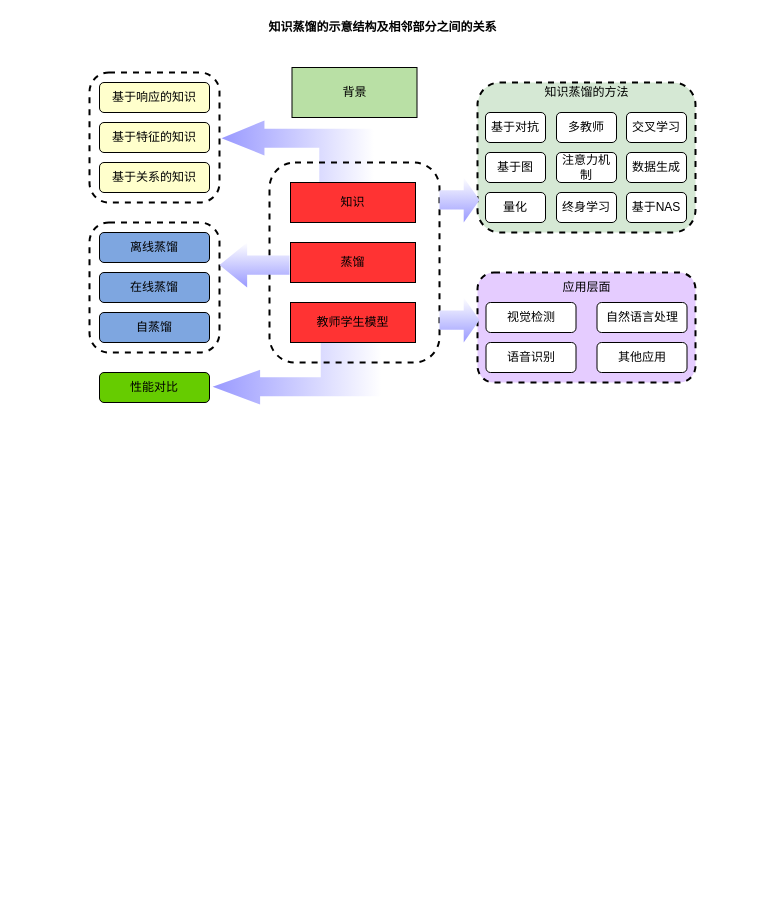
Earlier version of the draw.io diagram KD.drawio (Noeverer/Mindmap). Source tidied: cells renumbered, new cells numbered last; positions are measured from the earlier drawing's top-left corner, leaving out a move shared by most shapes. Both pictures are drawn from the tidied source at 100%, with x=0, y=0 at pixel (17, 17).
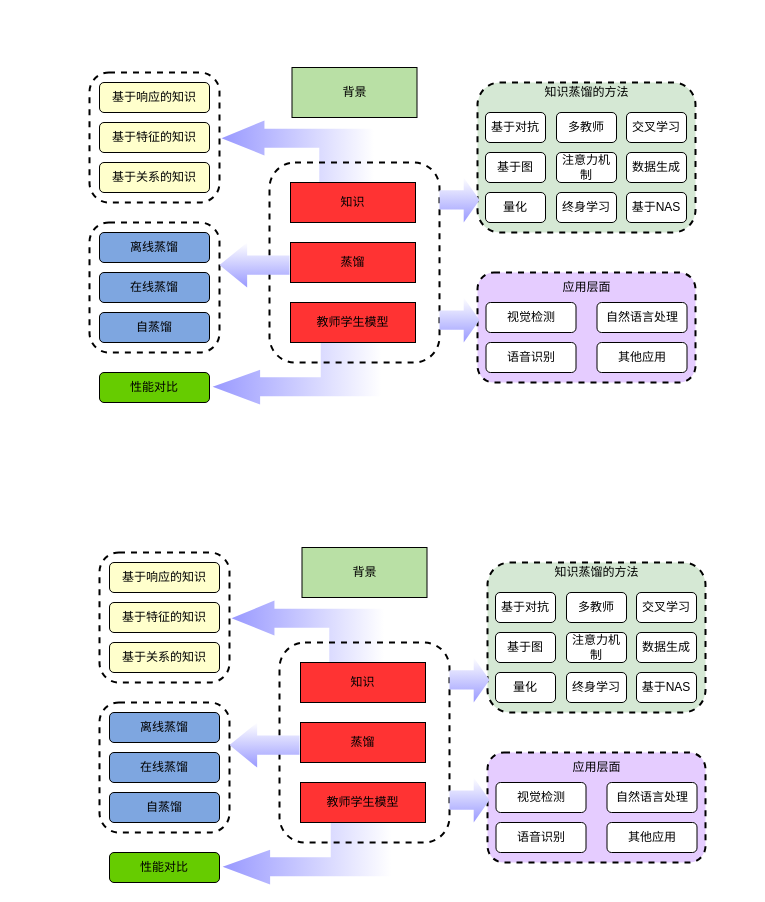
The same page after the edit.

Diff of the diagram source:
```diff
@@
-    <mxCell id="2" value="知识蒸馏的示意结构及相邻部分之间的关系" style="swimlane;html=1;startSize=20;horizontal=1;containerType=tree;glass=0;dashed=1;opacity=0;" parent="1" vertex="1">
+    <mxCell id="2" style="swimlane;html=1;startSize=20;horizontal=1;containerType=tree;glass=0;dashed=1;opacity=0;" parent="1" vertex="1">
       <mxGeometry width="730" height="400" as="geometry" />
     </mxCell>
@@
+    <mxCell id="39" style="shape=mxgraph.arrows.bent_up_arrow;html=1;verticalLabelPosition=bottom;verticalAlign=top;strokeWidth=2;fontFamily=Helvetica;rotation=90;gradientDirection=north;strokeColor=none;gradientColor=#9999FF;direction=west;flipH=1;" parent="1" vertex="1">
+      <mxGeometry x="258.7" y="751.9" width="61.6" height="168.8" as="geometry" />
+    </mxCell>
+    <mxCell id="40" style="shape=mxgraph.arrows.bent_up_arrow;html=1;verticalLabelPosition=bottom;verticalAlign=top;strokeWidth=2;fontFamily=Helvetica;rotation=-90;gradientDirection=north;strokeColor=none;gradientColor=#9999FF;" parent="1" vertex="1">
+      <mxGeometry x="259.5" y="537.5" width="61.6" height="152.6" as="geometry" />
+    </mxCell>
+    <mxCell id="41" style="rounded=1;whiteSpace=wrap;html=1;dashed=1;strokeWidth=2;fontFamily=Helvetica;fillColor=none;" parent="1" vertex="1">
+      <mxGeometry x="262" y="625" width="170" height="200" as="geometry" />
+    </mxCell>
+    <mxCell id="42" style="rounded=1;whiteSpace=wrap;html=1;dashed=1;strokeWidth=2;fontFamily=Helvetica;fillColor=#D5E8D4;" parent="1" vertex="1">
+      <mxGeometry x="470" y="545" width="218" height="150" as="geometry" />
+    </mxCell>
+    <mxCell id="43" style="rounded=1;whiteSpace=wrap;html=1;fontFamily=Helvetica;fillColor=#E5CCFF;dashed=1;strokeWidth=2;" parent="1" vertex="1">
+      <mxGeometry x="470" y="735" width="218" height="110" as="geometry" />
+    </mxCell>
+    <mxCell id="44" value="基于响应的知识" style="rounded=1;whiteSpace=wrap;html=1;fillColor=#FFFFCC;" parent="1" vertex="1">
+      <mxGeometry x="92" y="545" width="110" height="30" as="geometry" />
+    </mxCell>
+    <mxCell id="45" value="基于特征的知识" style="rounded=1;whiteSpace=wrap;html=1;fillColor=#FFFFCC;" parent="1" vertex="1">
+      <mxGeometry x="92" y="585" width="110" height="30" as="geometry" />
+    </mxCell>
+    <mxCell id="46" value="基于关系的知识" style="rounded=1;whiteSpace=wrap;html=1;fillColor=#FFFFCC;" parent="1" vertex="1">
+      <mxGeometry x="92" y="625" width="110" height="30" as="geometry" />
+    </mxCell>
+    <mxCell id="47" value="离线蒸馏" style="rounded=1;whiteSpace=wrap;html=1;fillColor=#7EA6E0;" parent="1" vertex="1">
+      <mxGeometry x="92" y="695" width="110" height="30" as="geometry" />
+    </mxCell>
+    <mxCell id="48" value="在线蒸馏" style="rounded=1;whiteSpace=wrap;html=1;fillColor=#7EA6E0;" parent="1" vertex="1">
+      <mxGeometry x="92" y="735" width="110" height="30" as="geometry" />
+    </mxCell>
+    <mxCell id="49" value="自蒸馏" style="rounded=1;whiteSpace=wrap;html=1;fillColor=#7EA6E0;" parent="1" vertex="1">
+      <mxGeometry x="92" y="775" width="110" height="30" as="geometry" />
+    </mxCell>
+    <mxCell id="50" value="性能对比" style="rounded=1;whiteSpace=wrap;html=1;fillColor=#66CC00;" parent="1" vertex="1">
+      <mxGeometry x="92" y="835" width="110" height="30" as="geometry" />
+    </mxCell>
+    <mxCell id="51" value="背景" style="rounded=0;whiteSpace=wrap;html=1;fontFamily=Helvetica;fillColor=#B9E0A5;" parent="1" vertex="1">
+      <mxGeometry x="284.5" y="530" width="125" height="50" as="geometry" />
+    </mxCell>
+    <mxCell id="52" value="知识" style="rounded=0;whiteSpace=wrap;html=1;fillColor=#FF3333;" parent="1" vertex="1">
+      <mxGeometry x="283" y="645" width="125" height="40" as="geometry" />
+    </mxCell>
+    <mxCell id="53" value="教师学生模型" style="rounded=0;whiteSpace=wrap;html=1;fillColor=#FF3333;" parent="1" vertex="1">
+      <mxGeometry x="283" y="765" width="125" height="40" as="geometry" />
+    </mxCell>
+    <mxCell id="54" value="蒸馏" style="rounded=0;whiteSpace=wrap;html=1;fillColor=#FF3333;" parent="1" vertex="1">
+      <mxGeometry x="283" y="705" width="125" height="40" as="geometry" />
+    </mxCell>
+    <mxCell id="55" value="基于对抗" style="rounded=1;whiteSpace=wrap;html=1;fontFamily=Helvetica;" parent="1" vertex="1">
+      <mxGeometry x="478" y="575" width="60" height="30" as="geometry" />
+    </mxCell>
+    <mxCell id="56" value="多教师" style="rounded=1;whiteSpace=wrap;html=1;fontFamily=Helvetica;" parent="1" vertex="1">
+      <mxGeometry x="549" y="575" width="60" height="30" as="geometry" />
+    </mxCell>
+    <mxCell id="57" value="交叉学习" style="rounded=1;whiteSpace=wrap;html=1;fontFamily=Helvetica;" parent="1" vertex="1">
+      <mxGeometry x="619" y="575" width="60" height="30" as="geometry" />
+    </mxCell>
+    <mxCell id="58" value="基于图" style="rounded=1;whiteSpace=wrap;html=1;fontFamily=Helvetica;" parent="1" vertex="1">
+      <mxGeometry x="478" y="615" width="60" height="30" as="geometry" />
+    </mxCell>
+    <mxCell id="59" value="注意力机制" style="rounded=1;whiteSpace=wrap;html=1;fontFamily=Helvetica;" parent="1" vertex="1">
+      <mxGeometry x="549" y="615" width="60" height="30" as="geometry" />
+    </mxCell>
+    <mxCell id="60" value="数据生成" style="rounded=1;whiteSpace=wrap;html=1;fontFamily=Helvetica;" parent="1" vertex="1">
+      <mxGeometry x="619" y="615" width="60" height="30" as="geometry" />
+    </mxCell>
+    <mxCell id="61" value="量化" style="rounded=1;whiteSpace=wrap;html=1;fontFamily=Helvetica;" parent="1" vertex="1">
+      <mxGeometry x="478" y="655" width="60" height="30" as="geometry" />
+    </mxCell>
+    <mxCell id="62" value="终身学习" style="rounded=1;whiteSpace=wrap;html=1;fontFamily=Helvetica;" parent="1" vertex="1">
+      <mxGeometry x="549" y="655" width="60" height="30" as="geometry" />
+    </mxCell>
+    <mxCell id="63" value="基于NAS" style="rounded=1;whiteSpace=wrap;html=1;fontFamily=Helvetica;" parent="1" vertex="1">
+      <mxGeometry x="619" y="655" width="60" height="30" as="geometry" />
+    </mxCell>
+    <mxCell id="64" value="视觉检测" style="rounded=1;whiteSpace=wrap;html=1;" parent="1" vertex="1">
+      <mxGeometry x="478.5" y="765" width="90" height="30" as="geometry" />
+    </mxCell>
+    <mxCell id="65" value="自然语言处理" style="rounded=1;whiteSpace=wrap;html=1;" parent="1" vertex="1">
+      <mxGeometry x="589.5" y="765" width="90" height="30" as="geometry" />
+    </mxCell>
+    <mxCell id="66" value="语音识别" style="rounded=1;whiteSpace=wrap;html=1;" parent="1" vertex="1">
+      <mxGeometry x="478.5" y="805" width="90" height="30" as="geometry" />
+    </mxCell>
+    <mxCell id="67" value="其他应用" style="rounded=1;whiteSpace=wrap;html=1;" parent="1" vertex="1">
+      <mxGeometry x="589.5" y="805" width="90" height="30" as="geometry" />
+    </mxCell>
+    <mxCell id="68" value="应用层面" style="text;html=1;strokeColor=none;fillColor=none;align=center;verticalAlign=middle;whiteSpace=wrap;rounded=0;fontFamily=Helvetica;" parent="1" vertex="1">
+      <mxGeometry x="544.5" y="740" width="69" height="20" as="geometry" />
+    </mxCell>
+    <mxCell id="69" value="知识蒸馏的方法" style="text;html=1;strokeColor=none;fillColor=none;align=center;verticalAlign=middle;whiteSpace=wrap;rounded=0;dashed=1;fontFamily=Helvetica;" parent="1" vertex="1">
+      <mxGeometry x="522.5" y="545" width="113" height="20" as="geometry" />
+    </mxCell>
+    <mxCell id="70" style="rounded=1;whiteSpace=wrap;html=1;dashed=1;strokeWidth=2;fontFamily=Helvetica;fillColor=none;" parent="1" vertex="1">
+      <mxGeometry x="82" y="685" width="130" height="130" as="geometry" />
+    </mxCell>
+    <mxCell id="71" style="rounded=1;whiteSpace=wrap;html=1;dashed=1;strokeWidth=2;fontFamily=Helvetica;fillColor=none;" parent="1" vertex="1">
+      <mxGeometry x="82" y="535" width="130" height="130" as="geometry" />
+    </mxCell>
+    <mxCell id="72" style="shape=mxgraph.arrows.arrow_left;html=1;verticalLabelPosition=bottom;verticalAlign=top;strokeWidth=2;fillColor=#ffffff;fontFamily=Helvetica;strokeColor=none;gradientColor=#9999FF;" parent="1" vertex="1">
+      <mxGeometry x="212" y="705" width="70" height="45.1" as="geometry" />
+    </mxCell>
+    <mxCell id="73" style="shape=mxgraph.arrows.arrow_left;html=1;verticalLabelPosition=bottom;verticalAlign=top;strokeWidth=2;fillColor=#ffffff;fontFamily=Helvetica;strokeColor=none;gradientColor=#9999FF;flipH=1;" parent="1" vertex="1">
+      <mxGeometry x="432" y="639.9" width="40" height="45.1" as="geometry" />
+    </mxCell>
+    <mxCell id="74" style="shape=mxgraph.arrows.arrow_left;html=1;verticalLabelPosition=bottom;verticalAlign=top;strokeWidth=2;fillColor=#ffffff;fontFamily=Helvetica;strokeColor=none;gradientColor=#9999FF;flipH=1;" parent="1" vertex="1">
+      <mxGeometry x="432" y="760" width="40" height="45.1" as="geometry" />
+    </mxCell>
```
